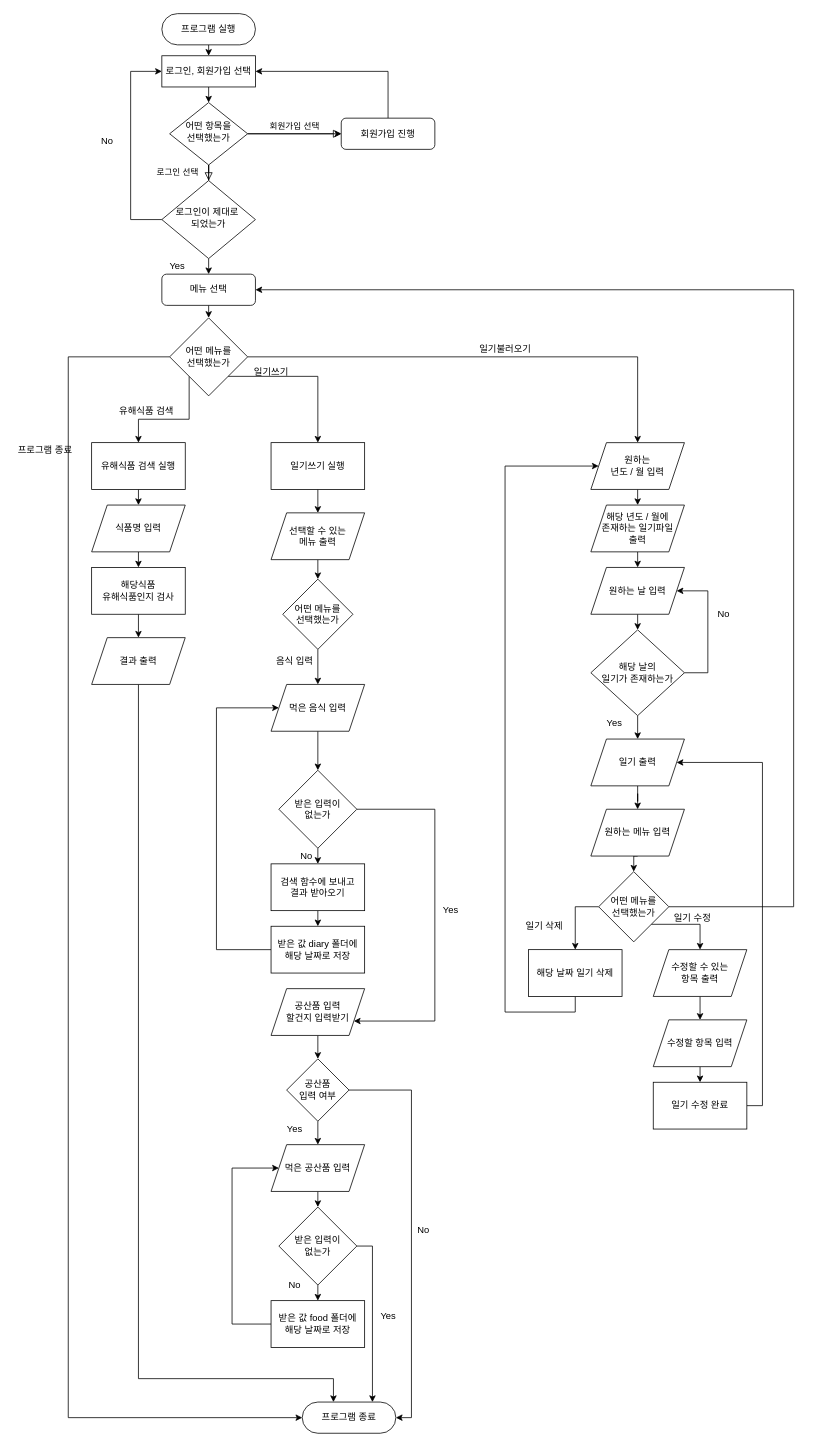
This is 설계/fileIO.drawio from junsik1998/2020-2_INTRODUCTORY-COMPUTER-ENGINEERING-PROJECT2, a draw.io file, before an edit. Source tidied: cells renumbered, new cells numbered last; positions are measured from the earlier drawing's top-left corner, leaving out a move shared by most shapes. Both pictures are drawn from the tidied source at 78%, with x=0, y=0 at pixel (13, 13).
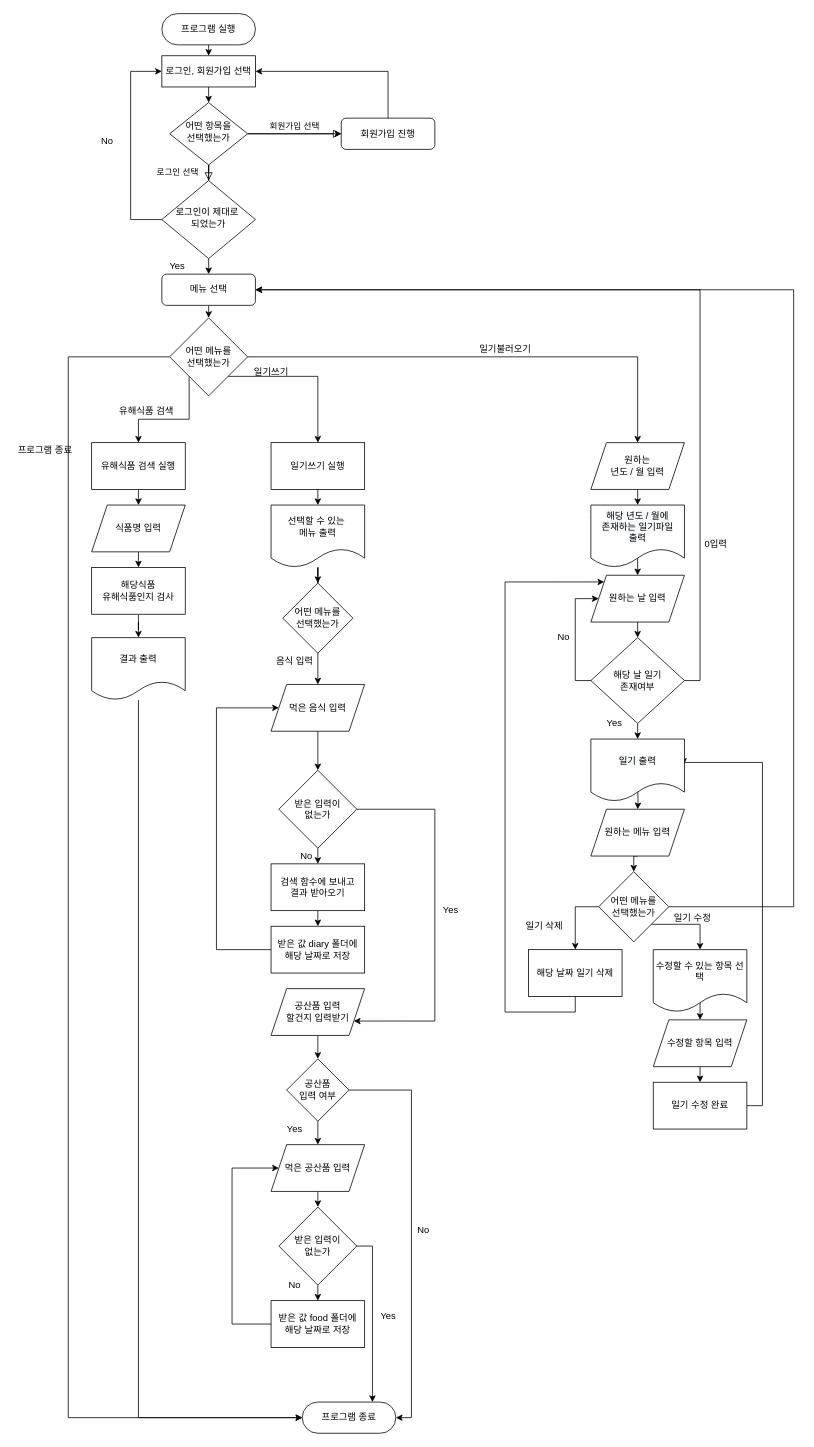
The same diagram, later.

The change refers to these unchanged cells:
```xml
<mxCell id="14" value="메뉴 선택" style="rounded=1;whiteSpace=wrap;html=1;fontSize=12;glass=0;strokeWidth=1;shadow=0;" parent="1" vertex="1">
  <mxGeometry x="190" y="334" width="120" height="40" as="geometry" />
</mxCell>
<mxCell id="15" value="프로그램 종료" style="rounded=1;whiteSpace=wrap;html=1;fontSize=12;glass=0;strokeWidth=1;shadow=0;arcSize=50;" parent="1" vertex="1">
  <mxGeometry x="370" y="1780" width="120" height="40" as="geometry" />
</mxCell>
<mxCell id="38" value="원하는 &lt;br&gt;년도 / 월 입력" style="shape=parallelogram;perimeter=parallelogramPerimeter;whiteSpace=wrap;html=1;fixedSize=1;" parent="1" vertex="1">
  <mxGeometry x="740" y="550" width="120" height="60" as="geometry" />
</mxCell>
<mxCell id="42" value="해당식품 &lt;br&gt;유해식품인지 검사" style="whiteSpace=wrap;html=1;" parent="1" vertex="1">
  <mxGeometry x="100" y="710" width="120" height="60" as="geometry" />
</mxCell>
<mxCell id="56" value="원하는 메뉴 입력" style="shape=parallelogram;perimeter=parallelogramPerimeter;whiteSpace=wrap;html=1;fixedSize=1;" parent="1" vertex="1">
  <mxGeometry x="740" y="1020" width="120" height="60" as="geometry" />
</mxCell>
<mxCell id="60" value="어떤 메뉴를&lt;br&gt;선택했는가" style="rhombus;whiteSpace=wrap;html=1;" parent="1" vertex="1">
  <mxGeometry x="750" y="1100" width="90" height="90" as="geometry" />
</mxCell>
<mxCell id="63" value="해당 날짜 일기 삭제" style="whiteSpace=wrap;html=1;" parent="1" vertex="1">
  <mxGeometry x="660" y="1200" width="120" height="60" as="geometry" />
</mxCell>
<mxCell id="70" value="수정할 항목 입력" style="shape=parallelogram;perimeter=parallelogramPerimeter;whiteSpace=wrap;html=1;fixedSize=1;" parent="1" vertex="1">
  <mxGeometry x="820" y="1290" width="120" height="60" as="geometry" />
</mxCell>
<mxCell id="72" value="일기 수정 완료" style="whiteSpace=wrap;html=1;" parent="1" vertex="1">
  <mxGeometry x="820" y="1370" width="120" height="60" as="geometry" />
</mxCell>
```

Change to the diagram source:
```diff
@@
-    <mxCell id="37" style="edgeStyle=orthogonalEdgeStyle;rounded=0;jettySize=auto;html=1;exitX=0.5;exitY=1;exitDx=0;exitDy=0;entryX=0.5;entryY=0;entryDx=0;entryDy=0;" parent="1" edge="1" source="38" target="48">
-      <mxGeometry relative="1" as="geometry" />
+    <mxCell id="37" style="edgeStyle=orthogonalEdgeStyle;rounded=0;jettySize=auto;html=1;exitX=0.5;exitY=1;exitDx=0;exitDy=0;entryX=0.5;entryY=0;entryDx=0;entryDy=0;" parent="1" edge="1" source="38">
+      <mxGeometry relative="1" as="geometry">
+        <mxPoint x="800" y="630" as="targetPoint" />
+      </mxGeometry>
     </mxCell>
@@
-    <mxCell id="41" style="edgeStyle=orthogonalEdgeStyle;rounded=0;jettySize=auto;html=1;exitX=0.5;exitY=1;exitDx=0;exitDy=0;entryX=0.5;entryY=0;entryDx=0;entryDy=0;" parent="1" edge="1" source="42" target="44">
+    <mxCell id="41" style="edgeStyle=orthogonalEdgeStyle;rounded=0;jettySize=auto;html=1;" parent="1" edge="1" source="42" target="44">
       <mxGeometry relative="1" as="geometry" />
     </mxCell>
@@
-    <mxCell id="43" style="edgeStyle=orthogonalEdgeStyle;rounded=0;jettySize=auto;html=1;exitX=0.5;exitY=1;exitDx=0;exitDy=0;" parent="1" edge="1" source="44" target="15">
-      <mxGeometry relative="1" as="geometry">
-        <Array as="points">
-          <mxPoint x="160" y="1750" />
-          <mxPoint x="410" y="1750" />
-        </Array>
-      </mxGeometry>
-    </mxCell>
-    <mxCell id="44" value="결과 출력" style="shape=parallelogram;perimeter=parallelogramPerimeter;whiteSpace=wrap;html=1;fixedSize=1;" parent="1" vertex="1">
-      <mxGeometry x="100" y="800" width="120" height="60" as="geometry" />
-    </mxCell>
@@
     <mxCell id="46" value="원하는 날 입력" style="shape=parallelogram;perimeter=parallelogramPerimeter;whiteSpace=wrap;html=1;fixedSize=1;" parent="1" vertex="1">
-      <mxGeometry x="740" y="710" width="120" height="60" as="geometry" />
+      <mxGeometry x="740" y="720" width="120" height="60" as="geometry" />
     </mxCell>
-    <mxCell id="47" style="edgeStyle=orthogonalEdgeStyle;rounded=0;jettySize=auto;html=1;exitX=0.5;exitY=1;exitDx=0;exitDy=0;entryX=0.5;entryY=0;entryDx=0;entryDy=0;" parent="1" edge="1" source="48" target="46">
-      <mxGeometry relative="1" as="geometry" />
+    <mxCell id="47" style="edgeStyle=orthogonalEdgeStyle;rounded=0;jettySize=auto;html=1;exitX=0.5;exitY=1;exitDx=0;exitDy=0;entryX=0.5;entryY=0;entryDx=0;entryDy=0;" parent="1" edge="1" target="46">
+      <mxGeometry relative="1" as="geometry">
+        <mxPoint x="800" y="690" as="sourcePoint" />
+      </mxGeometry>
     </mxCell>
-    <mxCell id="48" value="해당 년도 / 월에&lt;br&gt;존재하는 일기파일&lt;br&gt;출력" style="shape=parallelogram;perimeter=parallelogramPerimeter;whiteSpace=wrap;html=1;fixedSize=1;" parent="1" vertex="1">
-      <mxGeometry x="740" y="630" width="120" height="60" as="geometry" />
-    </mxCell>
+    <mxCell id="50" style="edgeStyle=orthogonalEdgeStyle;rounded=0;jettySize=auto;html=1;exitX=0.5;exitY=1;exitDx=0;exitDy=0;entryX=0.5;entryY=0;entryDx=0;entryDy=0;" parent="1" edge="1" source="51">
+      <mxGeometry relative="1" as="geometry">
+        <mxPoint x="800" y="930" as="targetPoint" />
+      </mxGeometry>
+    </mxCell>
-    <mxCell id="49" style="edgeStyle=orthogonalEdgeStyle;rounded=0;jettySize=auto;html=1;exitX=1;exitY=0.5;exitDx=0;exitDy=0;entryX=1;entryY=0.5;entryDx=0;entryDy=0;" parent="1" edge="1" source="51" target="46">
+    <mxCell id="49" style="edgeStyle=orthogonalEdgeStyle;rounded=0;jettySize=auto;html=1;exitX=0;exitY=0.5;exitDx=0;exitDy=0;entryX=0;entryY=0.5;entryDx=0;entryDy=0;" parent="1" edge="1" source="51" target="46">
       <mxGeometry relative="1" as="geometry">
         <Array as="points">
-          <mxPoint x="890" y="845" />
-          <mxPoint x="890" y="740" />
+          <mxPoint x="720" y="855" />
+          <mxPoint x="720" y="750" />
         </Array>
       </mxGeometry>
     </mxCell>
-    <mxCell id="50" style="edgeStyle=orthogonalEdgeStyle;rounded=0;jettySize=auto;html=1;exitX=0.5;exitY=1;exitDx=0;exitDy=0;entryX=0.5;entryY=0;entryDx=0;entryDy=0;" parent="1" edge="1" source="51" target="54">
-      <mxGeometry relative="1" as="geometry" />
-    </mxCell>
+    <mxCell id="101" style="edgeStyle=orthogonalEdgeStyle;rounded=0;jettySize=auto;html=1;exitX=1;exitY=0.5;exitDx=0;exitDy=0;entryX=1;entryY=0.5;entryDx=0;entryDy=0;" parent="1" edge="1" source="51" target="14">
+      <mxGeometry relative="1" as="geometry" />
+    </mxCell>
-    <mxCell id="51" value="해당 날의&lt;br&gt;일기가 존재하는가" style="rhombus;whiteSpace=wrap;html=1;" parent="1" vertex="1">
-      <mxGeometry x="740" y="790" width="120" height="110" as="geometry" />
+    <mxCell id="51" value="해당 날 일기 &lt;br&gt;존재여부" style="rhombus;whiteSpace=wrap;html=1;" parent="1" vertex="1">
+      <mxGeometry x="740" y="800" width="120" height="110" as="geometry" />
     </mxCell>
     <mxCell id="52" value="No" style="text;html=1;align=center;verticalAlign=middle;" parent="1" vertex="1">
-      <mxGeometry x="895" y="760" width="30" height="20" as="geometry" />
+      <mxGeometry x="690" y="790" width="30" height="20" as="geometry" />
     </mxCell>
-    <mxCell id="53" style="edgeStyle=orthogonalEdgeStyle;rounded=0;jettySize=auto;html=1;exitX=0.5;exitY=1;exitDx=0;exitDy=0;" parent="1" edge="1" source="54" target="56">
-      <mxGeometry relative="1" as="geometry" />
+    <mxCell id="53" style="edgeStyle=orthogonalEdgeStyle;rounded=0;jettySize=auto;html=1;exitX=0.5;exitY=1;exitDx=0;exitDy=0;" parent="1" edge="1" target="56">
+      <mxGeometry relative="1" as="geometry">
+        <mxPoint x="800" y="990" as="sourcePoint" />
+      </mxGeometry>
     </mxCell>
-    <mxCell id="54" value="일기 출력" style="shape=parallelogram;perimeter=parallelogramPerimeter;whiteSpace=wrap;html=1;fixedSize=1;" parent="1" vertex="1">
-      <mxGeometry x="740" y="930" width="120" height="60" as="geometry" />
-    </mxCell>
@@
-    <mxCell id="59" style="edgeStyle=orthogonalEdgeStyle;rounded=0;jettySize=auto;html=1;exitX=1;exitY=1;exitDx=0;exitDy=0;entryX=0.5;entryY=0;entryDx=0;entryDy=0;" parent="1" edge="1" source="60" target="65">
+    <mxCell id="59" style="edgeStyle=orthogonalEdgeStyle;rounded=0;jettySize=auto;html=1;exitX=1;exitY=1;exitDx=0;exitDy=0;entryX=0.5;entryY=0;entryDx=0;entryDy=0;" parent="1" edge="1" source="60">
       <mxGeometry relative="1" as="geometry">
+        <mxPoint x="880" y="1200" as="targetPoint" />
         <Array as="points">
           <mxPoint x="880" y="1168" />
         </Array>
       </mxGeometry>
     </mxCell>
@@
-    <mxCell id="62" style="edgeStyle=orthogonalEdgeStyle;rounded=0;jettySize=auto;html=1;exitX=0.5;exitY=1;exitDx=0;exitDy=0;entryX=0;entryY=0.5;entryDx=0;entryDy=0;" parent="1" edge="1" source="63" target="38">
+    <mxCell id="62" style="edgeStyle=orthogonalEdgeStyle;rounded=0;jettySize=auto;html=1;exitX=0.5;exitY=1;exitDx=0;exitDy=0;entryX=0;entryY=0;entryDx=0;entryDy=0;" parent="1" edge="1" source="63" target="46">
       <mxGeometry relative="1" as="geometry">
         <Array as="points">
           <mxPoint x="720" y="1280" />
           <mxPoint x="630" y="1280" />
-          <mxPoint x="630" y="580" />
+          <mxPoint x="630" y="729" />
         </Array>
       </mxGeometry>
     </mxCell>
@@
-    <mxCell id="64" style="edgeStyle=orthogonalEdgeStyle;rounded=0;jettySize=auto;html=1;exitX=0.5;exitY=1;exitDx=0;exitDy=0;entryX=0.5;entryY=0;entryDx=0;entryDy=0;" parent="1" edge="1" source="65" target="70">
-      <mxGeometry relative="1" as="geometry" />
+    <mxCell id="64" style="edgeStyle=orthogonalEdgeStyle;rounded=0;jettySize=auto;html=1;exitX=0.5;exitY=1;exitDx=0;exitDy=0;entryX=0.5;entryY=0;entryDx=0;entryDy=0;" parent="1" edge="1" target="70">
+      <mxGeometry relative="1" as="geometry">
+        <mxPoint x="880" y="1260" as="sourcePoint" />
+      </mxGeometry>
     </mxCell>
-    <mxCell id="65" value="수정할 수 있는 &lt;br&gt;항목 출력" style="shape=parallelogram;perimeter=parallelogramPerimeter;whiteSpace=wrap;html=1;fixedSize=1;" parent="1" vertex="1">
-      <mxGeometry x="820" y="1200" width="120" height="60" as="geometry" />
-    </mxCell>
@@
-    <mxCell id="71" style="edgeStyle=orthogonalEdgeStyle;rounded=0;jettySize=auto;html=1;exitX=1;exitY=0.5;exitDx=0;exitDy=0;entryX=1;entryY=0.5;entryDx=0;entryDy=0;" parent="1" edge="1" source="72" target="54">
+    <mxCell id="71" style="edgeStyle=orthogonalEdgeStyle;rounded=0;jettySize=auto;html=1;exitX=1;exitY=0.5;exitDx=0;exitDy=0;entryX=0.992;entryY=0.413;entryDx=0;entryDy=0;entryPerimeter=0;" parent="1" edge="1" source="72" target="54">
       <mxGeometry relative="1" as="geometry">
         <Array as="points">
           <mxPoint x="960" y="1400" />
           <mxPoint x="960" y="960" />
+          <mxPoint x="859" y="960" />
         </Array>
       </mxGeometry>
     </mxCell>
@@
     <mxCell id="74" value="어떤 메뉴를&lt;br&gt;선택했는가" style="rhombus;whiteSpace=wrap;html=1;" parent="1" vertex="1">
-      <mxGeometry x="345" y="725" width="90" height="90" as="geometry" />
+      <mxGeometry x="345" y="730" width="90" height="90" as="geometry" />
     </mxCell>
-    <mxCell id="75" style="edgeStyle=orthogonalEdgeStyle;rounded=0;jettySize=auto;html=1;exitX=0.5;exitY=1;exitDx=0;exitDy=0;entryX=0.5;entryY=0;entryDx=0;entryDy=0;" parent="1" edge="1" source="76" target="74">
-      <mxGeometry relative="1" as="geometry" />
-    </mxCell>
-    <mxCell id="76" value="선택할 수 있는 &lt;br&gt;메뉴 출력" style="shape=parallelogram;perimeter=parallelogramPerimeter;whiteSpace=wrap;html=1;fixedSize=1;" parent="1" vertex="1">
-      <mxGeometry x="330" y="640" width="120" height="60" as="geometry" />
-    </mxCell>
@@
+    <mxCell id="43" style="edgeStyle=orthogonalEdgeStyle;rounded=0;jettySize=auto;html=1;entryX=0;entryY=0.5;entryDx=0;entryDy=0;" parent="1" edge="1" source="44" target="15">
+      <mxGeometry relative="1" as="geometry">
+        <Array as="points">
+          <mxPoint x="160" y="1800" />
+        </Array>
+      </mxGeometry>
+    </mxCell>
+    <mxCell id="44" value="결과 출력" style="shape=document;whiteSpace=wrap;html=1;boundedLbl=1;" parent="1" vertex="1">
+      <mxGeometry x="100" y="800" width="120" height="80" as="geometry" />
+    </mxCell>
+    <mxCell id="75" style="edgeStyle=orthogonalEdgeStyle;rounded=0;jettySize=auto;html=1;entryX=0.5;entryY=0;entryDx=0;entryDy=0;" parent="1" edge="1" source="76" target="74">
+      <mxGeometry relative="1" as="geometry" />
+    </mxCell>
+    <mxCell id="76" value="&lt;span&gt;선택할 수 있는&amp;nbsp;&lt;/span&gt;&lt;br&gt;&lt;span&gt;메뉴 출력&lt;/span&gt;" style="shape=document;whiteSpace=wrap;html=1;boundedLbl=1;" parent="1" vertex="1">
+      <mxGeometry x="330" y="630" width="120" height="80" as="geometry" />
+    </mxCell>
+    <mxCell id="48" value="&lt;span style=&quot;color: rgb(0, 0, 0); font-family: helvetica; font-size: 12px; font-style: normal; font-weight: 400; letter-spacing: normal; text-align: center; text-indent: 0px; text-transform: none; word-spacing: 0px; background-color: rgb(248, 249, 250); display: inline; float: none;&quot;&gt;해당 년도 / 월에&lt;/span&gt;&lt;br style=&quot;color: rgb(0, 0, 0); font-family: helvetica; font-size: 12px; font-style: normal; font-weight: 400; letter-spacing: normal; text-align: center; text-indent: 0px; text-transform: none; word-spacing: 0px; background-color: rgb(248, 249, 250);&quot;&gt;&lt;span style=&quot;color: rgb(0, 0, 0); font-family: helvetica; font-size: 12px; font-style: normal; font-weight: 400; letter-spacing: normal; text-align: center; text-indent: 0px; text-transform: none; word-spacing: 0px; background-color: rgb(248, 249, 250); display: inline; float: none;&quot;&gt;존재하는 일기파일&lt;/span&gt;&lt;br style=&quot;color: rgb(0, 0, 0); font-family: helvetica; font-size: 12px; font-style: normal; font-weight: 400; letter-spacing: normal; text-align: center; text-indent: 0px; text-transform: none; word-spacing: 0px; background-color: rgb(248, 249, 250);&quot;&gt;&lt;span style=&quot;color: rgb(0, 0, 0); font-family: helvetica; font-size: 12px; font-style: normal; font-weight: 400; letter-spacing: normal; text-align: center; text-indent: 0px; text-transform: none; word-spacing: 0px; background-color: rgb(248, 249, 250); display: inline; float: none;&quot;&gt;출력&lt;/span&gt;" style="shape=document;whiteSpace=wrap;html=1;boundedLbl=1;" parent="1" vertex="1">
+      <mxGeometry x="740" y="630" width="120" height="80" as="geometry" />
+    </mxCell>
+    <mxCell id="54" value="&lt;span style=&quot;color: rgb(0, 0, 0); font-family: helvetica; font-size: 12px; font-style: normal; font-weight: 400; letter-spacing: normal; text-align: center; text-indent: 0px; text-transform: none; word-spacing: 0px; background-color: rgb(248, 249, 250); display: inline; float: none;&quot;&gt;일기 출력&lt;/span&gt;" style="shape=document;whiteSpace=wrap;html=1;boundedLbl=1;" parent="1" vertex="1">
+      <mxGeometry x="740" y="930" width="120" height="80" as="geometry" />
+    </mxCell>
+    <mxCell id="102" value="수정할 수 있는 항목 선택" style="shape=document;whiteSpace=wrap;html=1;boundedLbl=1;" parent="1" vertex="1">
+      <mxGeometry x="820" y="1200" width="120" height="80" as="geometry" />
+    </mxCell>
+    <mxCell id="103" value="0입력" style="text;html=1;align=center;verticalAlign=middle;" parent="1" vertex="1">
+      <mxGeometry x="880" y="670" width="40" height="20" as="geometry" />
+    </mxCell>
```
